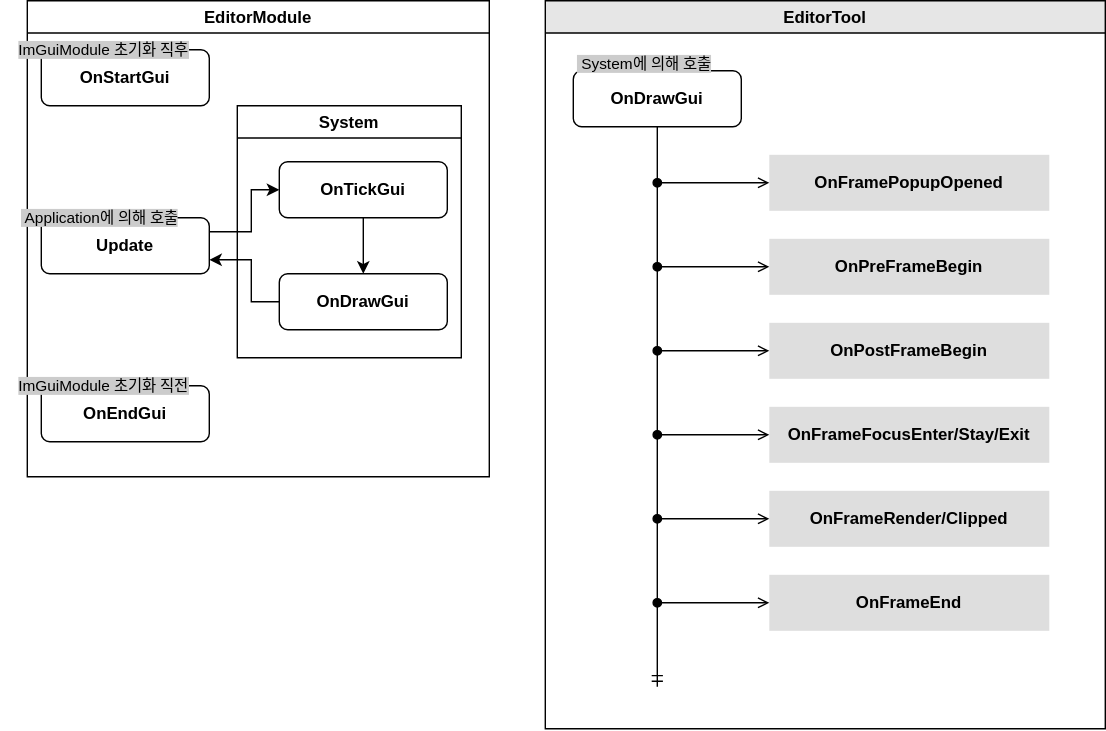
This is Diagram/EditorModuleFlowChart.drawio.svg from Scarecrow37/VanishingGround, a draw.io export, as it was before one commit. Source tidied: cells renumbered, new cells last; positions are measured from the earlier drawing's top-left corner, leaving out a move shared by most shapes.
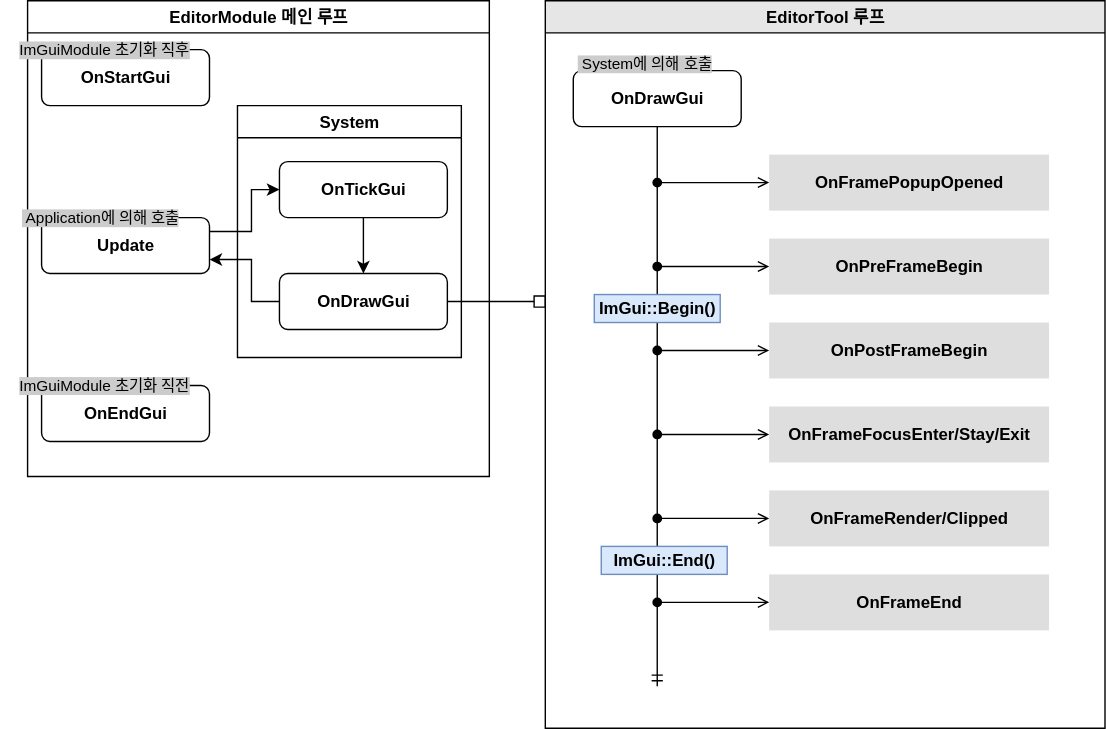
Above is the later version.

Change to the diagram source:
```diff
@@ -2,16 +2,16 @@
   <root>
     <mxCell id="0" />
     <mxCell id="1" parent="0" />
-    <mxCell id="2" value="EditorModule" style="swimlane;whiteSpace=wrap;html=1;" parent="1" vertex="1">
-      <mxGeometry x="19" width="330" height="340" as="geometry" />
-    </mxCell>
+    <mxCell id="31" value="EditorModule 메인 루프" style="swimlane;whiteSpace=wrap;html=1;" parent="1" vertex="1">
+      <mxGeometry x="19" y="10" width="330" height="340" as="geometry" />
+    </mxCell>
-    <mxCell id="3" value="OnStartGui" style="rounded=1;whiteSpace=wrap;html=1;fillColor=none;labelBackgroundColor=none;fontStyle=1;" parent="2" vertex="1">
+    <mxCell id="3" value="OnStartGui" style="rounded=1;whiteSpace=wrap;html=1;fillColor=none;labelBackgroundColor=none;fontStyle=1;" parent="31" vertex="1">
       <mxGeometry x="10" y="35" width="120" height="40" as="geometry" />
     </mxCell>
-    <mxCell id="4" value="Update" style="rounded=1;whiteSpace=wrap;html=1;fillColor=none;labelBackgroundColor=none;fontStyle=1;" parent="2" vertex="1">
+    <mxCell id="4" value="Update" style="rounded=1;whiteSpace=wrap;html=1;fillColor=none;labelBackgroundColor=none;fontStyle=1;" parent="31" vertex="1">
       <mxGeometry x="10" y="155" width="120" height="40" as="geometry" />
     </mxCell>
-    <mxCell id="5" style="endArrow=classic;html=1;rounded=0;exitX=1;exitY=0.25;exitDx=0;exitDy=0;entryX=0;entryY=0.5;entryDx=0;entryDy=0;" parent="2" edge="1" source="4" target="8">
+    <mxCell id="5" style="endArrow=classic;html=1;rounded=0;exitX=1;exitY=0.25;exitDx=0;exitDy=0;entryX=0;entryY=0.5;entryDx=0;entryDy=0;" parent="31" edge="1" source="4" target="8">
       <mxGeometry relative="1" as="geometry">
         <Array as="points">
           <mxPoint x="160" y="165" />
@@ -19,7 +19,7 @@
         </Array>
       </mxGeometry>
     </mxCell>
-    <mxCell id="6" style="endArrow=classic;html=1;rounded=0;exitX=0;exitY=0.5;exitDx=0;exitDy=0;entryX=1;entryY=0.75;entryDx=0;entryDy=0;" parent="2" edge="1" source="9" target="4">
+    <mxCell id="6" style="endArrow=classic;html=1;rounded=0;exitX=0;exitY=0.5;exitDx=0;exitDy=0;entryX=1;entryY=0.75;entryDx=0;entryDy=0;" parent="31" edge="1" source="9" target="4">
       <mxGeometry relative="1" as="geometry">
         <Array as="points">
           <mxPoint x="160" y="215" />
@@ -27,92 +27,103 @@
         </Array>
       </mxGeometry>
     </mxCell>
-    <mxCell id="7" value="System" style="swimlane;whiteSpace=wrap;html=1;" parent="2" vertex="1">
+    <mxCell id="7" value="System" style="swimlane;whiteSpace=wrap;html=1;" parent="31" vertex="1">
       <mxGeometry x="150" y="75" width="160" height="180" as="geometry" />
     </mxCell>
     <mxCell id="8" value="OnTickGui" style="rounded=1;whiteSpace=wrap;html=1;fillColor=none;labelBackgroundColor=none;fontStyle=1;" parent="7" vertex="1">
       <mxGeometry x="30" y="40" width="120" height="40" as="geometry" />
     </mxCell>
+    <mxCell id="32" style="edgeStyle=orthogonalEdgeStyle;rounded=0;jettySize=auto;html=1;exitX=1;exitY=0.5;exitDx=0;exitDy=0;strokeColor=#000000;endArrow=box;endFill=0;" parent="7" edge="1" source="9">
+      <mxGeometry relative="1" as="geometry">
+        <mxPoint x="220" y="140" as="targetPoint" />
+      </mxGeometry>
+    </mxCell>
     <mxCell id="9" value="OnDrawGui" style="rounded=1;whiteSpace=wrap;html=1;fillColor=none;labelBackgroundColor=none;fontStyle=1;" parent="7" vertex="1">
       <mxGeometry x="30" y="120" width="120" height="40" as="geometry" />
     </mxCell>
     <mxCell id="10" style="endArrow=classic;html=1;rounded=0;exitX=0.5;exitY=1;exitDx=0;exitDy=0;" parent="7" edge="1" source="8" target="9">
       <mxGeometry relative="1" as="geometry" />
     </mxCell>
-    <mxCell id="11" value="OnEndGui" style="rounded=1;whiteSpace=wrap;html=1;fillColor=none;labelBackgroundColor=none;fontStyle=1;" parent="2" vertex="1">
+    <mxCell id="11" value="OnEndGui" style="rounded=1;whiteSpace=wrap;html=1;fillColor=none;labelBackgroundColor=none;fontStyle=1;" parent="31" vertex="1">
       <mxGeometry x="10" y="275" width="120" height="40" as="geometry" />
     </mxCell>
-    <mxCell id="12" value="ImGuiModule 초기화 직후" style="text;strokeColor=none;fillColor=none;align=left;verticalAlign=middle;spacingLeft=4;spacingRight=2;overflow=hidden;whiteSpace=wrap;html=1;spacing=0;spacingTop=0;labelBackgroundColor=#CCCCCC;labelBorderColor=none;fontSize=11;" parent="2" vertex="1">
+    <mxCell id="12" value="ImGuiModule 초기화 직후" style="text;strokeColor=none;fillColor=none;align=left;verticalAlign=middle;spacingLeft=4;spacingRight=2;overflow=hidden;whiteSpace=wrap;html=1;spacing=0;spacingTop=0;labelBackgroundColor=#CCCCCC;labelBorderColor=none;fontSize=11;" parent="31" vertex="1">
       <mxGeometry x="-10" y="20" width="140" height="30" as="geometry" />
     </mxCell>
-    <mxCell id="13" value="&amp;nbsp;Application에 의해 호출" style="text;strokeColor=none;fillColor=none;align=center;verticalAlign=middle;spacingLeft=4;spacingRight=2;overflow=hidden;whiteSpace=wrap;html=1;spacing=0;spacingTop=0;labelBackgroundColor=#CCCCCC;labelBorderColor=none;fontSize=11;" parent="2" vertex="1">
+    <mxCell id="13" value="&amp;nbsp;Application에 의해 호출" style="text;strokeColor=none;fillColor=none;align=center;verticalAlign=middle;spacingLeft=4;spacingRight=2;overflow=hidden;whiteSpace=wrap;html=1;spacing=0;spacingTop=0;labelBackgroundColor=#CCCCCC;labelBorderColor=none;fontSize=11;" parent="31" vertex="1">
       <mxGeometry x="-19" y="140" width="140" height="30" as="geometry" />
     </mxCell>
-    <mxCell id="14" value="ImGuiModule 초기화 직전" style="text;strokeColor=none;fillColor=none;align=left;verticalAlign=middle;spacingLeft=4;spacingRight=2;overflow=hidden;whiteSpace=wrap;html=1;spacing=0;spacingTop=0;labelBackgroundColor=#CCCCCC;labelBorderColor=none;fontSize=11;" parent="2" vertex="1">
+    <mxCell id="14" value="ImGuiModule 초기화 직전" style="text;strokeColor=none;fillColor=none;align=left;verticalAlign=middle;spacingLeft=4;spacingRight=2;overflow=hidden;whiteSpace=wrap;html=1;spacing=0;spacingTop=0;labelBackgroundColor=#CCCCCC;labelBorderColor=none;fontSize=11;" parent="31" vertex="1">
       <mxGeometry x="-10" y="260" width="140" height="30" as="geometry" />
     </mxCell>
-    <mxCell id="15" value="EditorTool" style="swimlane;whiteSpace=wrap;html=1;fillColor=#E6E6E6;strokeColor=#000000;" parent="1" vertex="1">
-      <mxGeometry x="389" width="400" height="520" as="geometry" />
-    </mxCell>
+    <mxCell id="33" value="EditorTool 루프" style="swimlane;whiteSpace=wrap;html=1;fillColor=#E6E6E6;strokeColor=#000000;" parent="1" vertex="1">
+      <mxGeometry x="389" y="10" width="400" height="520" as="geometry" />
+    </mxCell>
-    <mxCell id="16" value="OnPreFrameBegin" style="rounded=0;whiteSpace=wrap;html=1;fillColor=#DEDEDE;strokeColor=none;fontStyle=1;" parent="15" vertex="1">
+    <mxCell id="16" value="OnPreFrameBegin" style="rounded=0;whiteSpace=wrap;html=1;fillColor=#DEDEDE;strokeColor=none;fontStyle=1;" parent="33" vertex="1">
       <mxGeometry x="160" y="170" width="200" height="40" as="geometry" />
     </mxCell>
-    <mxCell id="17" value="OnPostFrameBegin" style="rounded=0;whiteSpace=wrap;html=1;fillColor=#DEDEDE;strokeColor=none;fontStyle=1;" parent="15" vertex="1">
+    <mxCell id="17" value="OnPostFrameBegin" style="rounded=0;whiteSpace=wrap;html=1;fillColor=#DEDEDE;strokeColor=none;fontStyle=1;" parent="33" vertex="1">
       <mxGeometry x="160" y="230" width="200" height="40" as="geometry" />
     </mxCell>
-    <mxCell id="18" value="OnFramePopupOpened" style="rounded=0;whiteSpace=wrap;html=1;fillColor=#DEDEDE;strokeColor=none;fontStyle=1;" parent="15" vertex="1">
+    <mxCell id="18" value="OnFramePopupOpened" style="rounded=0;whiteSpace=wrap;html=1;fillColor=#DEDEDE;strokeColor=none;fontStyle=1;" parent="33" vertex="1">
       <mxGeometry x="160" y="110" width="200" height="40" as="geometry" />
     </mxCell>
-    <mxCell id="19" value="OnFrameFocusEnter/Stay/Exit" style="rounded=0;whiteSpace=wrap;html=1;fillColor=#DEDEDE;strokeColor=none;fontStyle=1;" parent="15" vertex="1">
+    <mxCell id="19" value="OnFrameFocusEnter/Stay/Exit" style="rounded=0;whiteSpace=wrap;html=1;fillColor=#DEDEDE;strokeColor=none;fontStyle=1;" parent="33" vertex="1">
       <mxGeometry x="160" y="290" width="200" height="40" as="geometry" />
     </mxCell>
-    <mxCell id="20" value="OnFrameRender/Clipped" style="rounded=0;whiteSpace=wrap;html=1;fillColor=#DEDEDE;strokeColor=none;fontStyle=1;" parent="15" vertex="1">
+    <mxCell id="20" value="OnFrameRender/Clipped" style="rounded=0;whiteSpace=wrap;html=1;fillColor=#DEDEDE;strokeColor=none;fontStyle=1;" parent="33" vertex="1">
       <mxGeometry x="160" y="350" width="200" height="40" as="geometry" />
     </mxCell>
-    <mxCell id="21" value="OnFrameEnd" style="rounded=0;whiteSpace=wrap;html=1;fillColor=#DEDEDE;strokeColor=none;fontStyle=1;" parent="15" vertex="1">
+    <mxCell id="21" value="OnFrameEnd" style="rounded=0;whiteSpace=wrap;html=1;fillColor=#DEDEDE;strokeColor=none;fontStyle=1;" parent="33" vertex="1">
       <mxGeometry x="160" y="410" width="200" height="40" as="geometry" />
     </mxCell>
-    <mxCell id="22" style="endArrow=open;html=1;rounded=0;startArrow=oval;startFill=1;endFill=0;entryX=0;entryY=0.5;entryDx=0;entryDy=0;" parent="15" edge="1" target="19">
-      <mxGeometry relative="1" as="geometry">
-        <mxPoint x="80" y="310" as="sourcePoint" />
-      </mxGeometry>
-    </mxCell>
-    <mxCell id="23" style="endArrow=open;html=1;rounded=0;startArrow=oval;startFill=1;endFill=0;entryX=0;entryY=0.5;entryDx=0;entryDy=0;" parent="15" edge="1" target="20">
-      <mxGeometry relative="1" as="geometry">
-        <mxPoint x="80" y="370" as="sourcePoint" />
-      </mxGeometry>
-    </mxCell>
-    <mxCell id="24" style="endArrow=open;html=1;rounded=0;startArrow=oval;startFill=1;endFill=0;entryX=0;entryY=0.5;entryDx=0;entryDy=0;" parent="15" edge="1" target="21">
-      <mxGeometry relative="1" as="geometry">
-        <mxPoint x="80" y="430" as="sourcePoint" />
-      </mxGeometry>
-    </mxCell>
-    <mxCell id="25" style="endArrow=open;html=1;rounded=0;startArrow=oval;startFill=1;endFill=0;entryX=0;entryY=0.5;entryDx=0;entryDy=0;" parent="15" edge="1" target="17">
-      <mxGeometry relative="1" as="geometry">
-        <mxPoint x="80" y="250" as="sourcePoint" />
-      </mxGeometry>
-    </mxCell>
-    <mxCell id="26" style="endArrow=open;html=1;rounded=0;startArrow=oval;startFill=1;endFill=0;entryX=0;entryY=0.5;entryDx=0;entryDy=0;" parent="15" edge="1" target="16">
-      <mxGeometry relative="1" as="geometry">
-        <mxPoint x="80" y="190" as="sourcePoint" />
-      </mxGeometry>
-    </mxCell>
-    <mxCell id="27" style="endArrow=open;html=1;rounded=0;startArrow=oval;startFill=1;endFill=0;entryX=0;entryY=0.5;entryDx=0;entryDy=0;" parent="15" edge="1" target="18">
-      <mxGeometry relative="1" as="geometry">
-        <mxPoint x="80" y="130" as="sourcePoint" />
-      </mxGeometry>
-    </mxCell>
-    <mxCell id="28" style="endArrow=none;html=1;rounded=0;entryX=0.5;entryY=1;entryDx=0;entryDy=0;startArrow=ERmandOne;startFill=0;endFill=0;" parent="15" edge="1">
-      <mxGeometry relative="1" as="geometry">
-        <mxPoint x="80" y="490" as="sourcePoint" />
-        <mxPoint x="80" y="90" as="targetPoint" />
-      </mxGeometry>
-    </mxCell>
+    <mxCell id="34" style="endArrow=open;html=1;rounded=0;startArrow=oval;startFill=1;endFill=0;entryX=0;entryY=0.5;entryDx=0;entryDy=0;" parent="33" edge="1" target="19">
+      <mxGeometry relative="1" as="geometry">
+        <mxPoint x="80" y="310" as="sourcePoint" />
+      </mxGeometry>
+    </mxCell>
+    <mxCell id="35" style="endArrow=open;html=1;rounded=0;startArrow=oval;startFill=1;endFill=0;entryX=0;entryY=0.5;entryDx=0;entryDy=0;" parent="33" edge="1" target="20">
+      <mxGeometry relative="1" as="geometry">
+        <mxPoint x="80" y="370" as="sourcePoint" />
+      </mxGeometry>
+    </mxCell>
+    <mxCell id="36" style="endArrow=open;html=1;rounded=0;startArrow=oval;startFill=1;endFill=0;entryX=0;entryY=0.5;entryDx=0;entryDy=0;" parent="33" edge="1" target="21">
+      <mxGeometry relative="1" as="geometry">
+        <mxPoint x="80" y="430" as="sourcePoint" />
+      </mxGeometry>
+    </mxCell>
+    <mxCell id="37" style="endArrow=open;html=1;rounded=0;startArrow=oval;startFill=1;endFill=0;entryX=0;entryY=0.5;entryDx=0;entryDy=0;" parent="33" edge="1" target="17">
+      <mxGeometry relative="1" as="geometry">
+        <mxPoint x="80" y="250" as="sourcePoint" />
+      </mxGeometry>
+    </mxCell>
+    <mxCell id="38" style="endArrow=open;html=1;rounded=0;startArrow=oval;startFill=1;endFill=0;entryX=0;entryY=0.5;entryDx=0;entryDy=0;" parent="33" edge="1" target="16">
+      <mxGeometry relative="1" as="geometry">
+        <mxPoint x="80" y="190" as="sourcePoint" />
+      </mxGeometry>
+    </mxCell>
+    <mxCell id="39" style="endArrow=open;html=1;rounded=0;startArrow=oval;startFill=1;endFill=0;entryX=0;entryY=0.5;entryDx=0;entryDy=0;" parent="33" edge="1" target="18">
+      <mxGeometry relative="1" as="geometry">
+        <mxPoint x="80" y="130" as="sourcePoint" />
+      </mxGeometry>
+    </mxCell>
+    <mxCell id="40" style="endArrow=none;html=1;rounded=0;entryX=0.5;entryY=1;entryDx=0;entryDy=0;startArrow=ERmandOne;startFill=0;endFill=0;" parent="33" edge="1">
+      <mxGeometry relative="1" as="geometry">
+        <mxPoint x="80" y="490" as="sourcePoint" />
+        <mxPoint x="80" y="90" as="targetPoint" />
+      </mxGeometry>
+    </mxCell>
-    <mxCell id="29" value="OnDrawGui" style="rounded=1;whiteSpace=wrap;html=1;fillColor=none;labelBackgroundColor=none;fontStyle=1;" parent="15" vertex="1">
+    <mxCell id="29" value="OnDrawGui" style="rounded=1;whiteSpace=wrap;html=1;fillColor=none;labelBackgroundColor=none;fontStyle=1;" parent="33" vertex="1">
       <mxGeometry x="20" y="50" width="120" height="40" as="geometry" />
     </mxCell>
-    <mxCell id="30" value="&amp;nbsp;System에 의해 호출" style="text;strokeColor=none;fillColor=none;align=center;verticalAlign=middle;spacingLeft=4;spacingRight=2;overflow=hidden;whiteSpace=wrap;html=1;spacing=0;spacingTop=0;labelBackgroundColor=#CCCCCC;labelBorderColor=none;fontSize=11;" parent="15" vertex="1">
+    <mxCell id="30" value="&amp;nbsp;System에 의해 호출" style="text;strokeColor=none;fillColor=none;align=center;verticalAlign=middle;spacingLeft=4;spacingRight=2;overflow=hidden;whiteSpace=wrap;html=1;spacing=0;spacingTop=0;labelBackgroundColor=#CCCCCC;labelBorderColor=none;fontSize=11;" parent="33" vertex="1">
       <mxGeometry y="30" width="140" height="30" as="geometry" />
     </mxCell>
+    <mxCell id="41" value="ImGui::Begin()" style="rounded=0;whiteSpace=wrap;html=1;fillColor=#dae8fc;strokeColor=#6c8ebf;fontStyle=1;" parent="33" vertex="1">
+      <mxGeometry x="35" y="210" width="90" height="20" as="geometry" />
+    </mxCell>
+    <mxCell id="42" value="ImGui::End()" style="rounded=0;whiteSpace=wrap;html=1;fillColor=#dae8fc;strokeColor=#6c8ebf;fontStyle=1;" parent="33" vertex="1">
+      <mxGeometry x="40" y="390" width="90" height="20" as="geometry" />
+    </mxCell>
   </root>
 </mxGraphModel>
```
